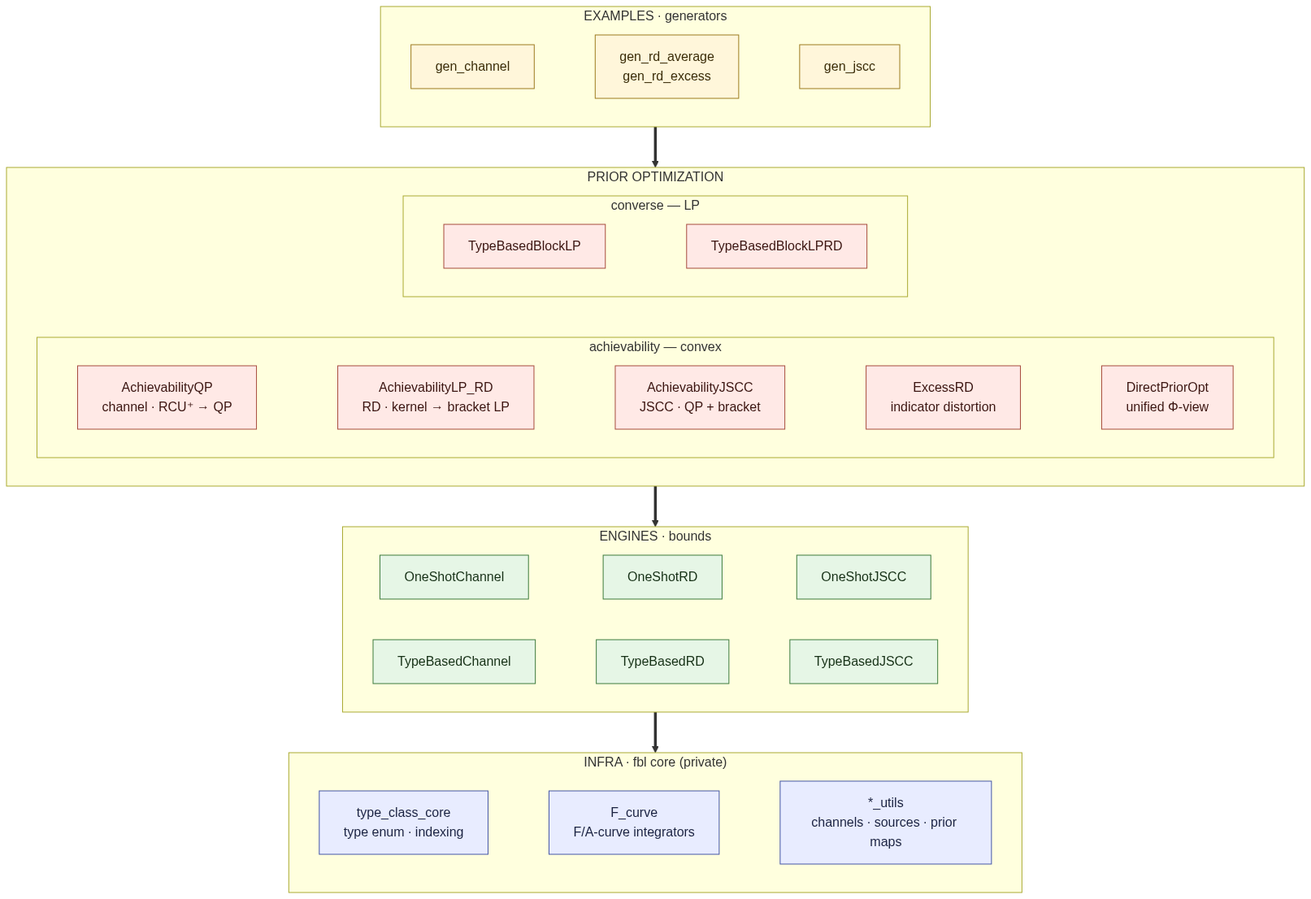
nire123/one_shot_IT keeps this Mermaid diagram as docs/architecture.png. Above is the earlier version. Its source is kept beside it as docs/architecture.mmd. Source of this version:
```mermaid
flowchart TB
  classDef infra  fill:#e8ecff,stroke:#4456a6,color:#1a2240;
  classDef engine fill:#e6f6e6,stroke:#3c7a3c,color:#163016;
  classDef prior  fill:#ffe9e6,stroke:#a64a3c,color:#3a1410;
  classDef ex     fill:#fff6da,stroke:#9c7a1e,color:#3a2c08;

  subgraph EX["EXAMPLES · generators"]
    direction LR
    gch["gen_channel"]:::ex
    grd["gen_rd_average<br/>gen_rd_excess"]:::ex
    gjs["gen_jscc"]:::ex
    gch ~~~ grd ~~~ gjs
  end

  subgraph PO["PRIOR OPTIMIZATION"]
    subgraph ACH["achievability — convex"]
      direction LR
      QP["AchievabilityQP<br/>channel · RCU⁺ → QP"]:::prior
      LPRD["AchievabilityLP_RD<br/>RD · kernel → bracket LP"]:::prior
      JS["AchievabilityJSCC<br/>JSCC · QP + bracket"]:::prior
      EXC["ExcessRD<br/>indicator distortion"]:::prior
      DIR["DirectPriorOpt<br/>unified Φ-view"]:::prior
      QP ~~~ LPRD ~~~ JS ~~~ EXC ~~~ DIR
    end
    subgraph CONV["converse — LP"]
      direction LR
      TBLP["TypeBasedBlockLP"]:::prior
      TBLPRD["TypeBasedBlockLPRD"]:::prior
      TBLP ~~~ TBLPRD
    end
  end

  subgraph ENG["ENGINES · bounds"]
    direction LR
    OSC["OneShotChannel"]:::engine
    OSR["OneShotRD"]:::engine
    OSJ["OneShotJSCC"]:::engine
    TBC["TypeBasedChannel"]:::engine
    TBR["TypeBasedRD"]:::engine
    TBJ["TypeBasedJSCC"]:::engine
    OSC ~~~ OSR ~~~ OSJ
    TBC ~~~ TBR ~~~ TBJ
  end

  subgraph INF["INFRA · fbl core (private)"]
    direction LR
    TCC["type_class_core<br/>type enum · indexing"]:::infra
    FC["F_curve<br/>F/A-curve integrators"]:::infra
    UT["*_utils<br/>channels · sources · prior maps"]:::infra
    TCC ~~~ FC ~~~ UT
  end

  EX ==> PO
  PO ==> ENG
  ENG ==> INF
```
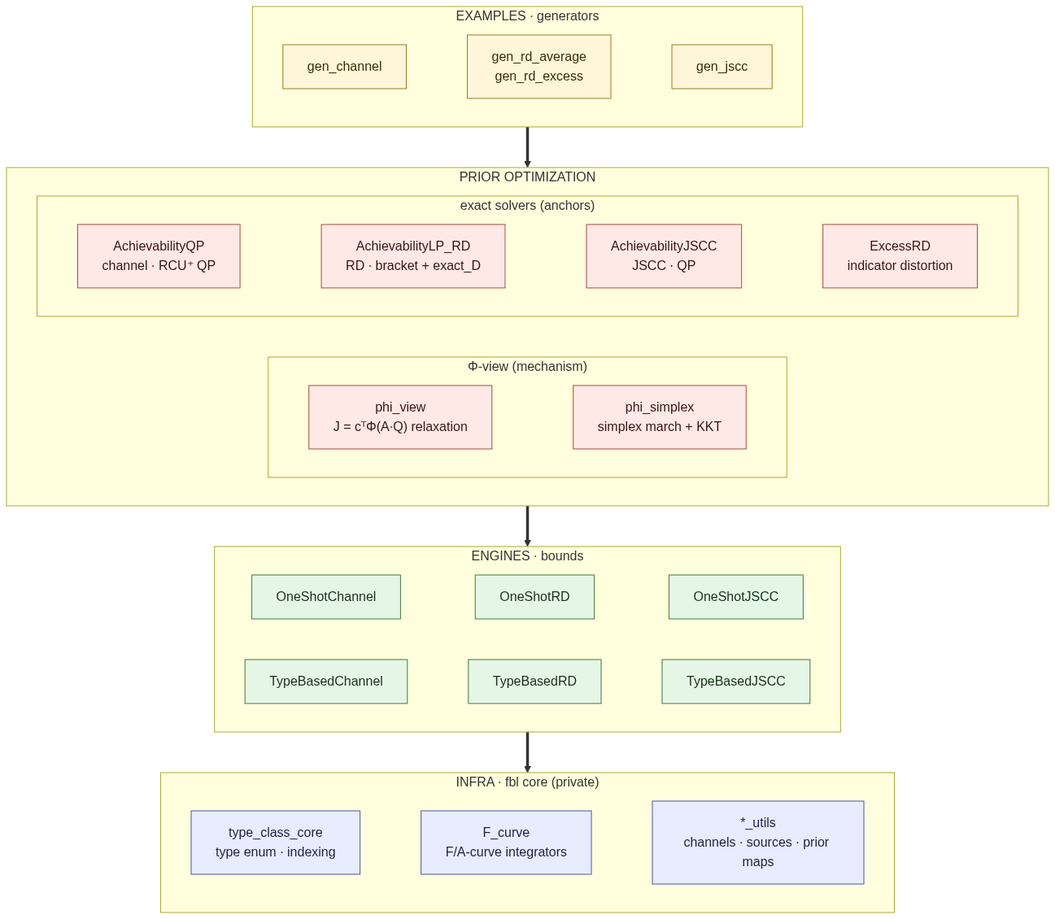
The same diagram one commit later.

Commit message:
docs: sync all docs to the Phi-view mechanism + JSCC; add tests/README.md

What changed in the source:
```diff
@@ -13,20 +13,19 @@
   end
 
   subgraph PO["PRIOR OPTIMIZATION"]
-    subgraph ACH["achievability — convex"]
+    subgraph CORE["Φ-view (mechanism)"]
       direction LR
-      QP["AchievabilityQP<br/>channel · RCU⁺ → QP"]:::prior
-      LPRD["AchievabilityLP_RD<br/>RD · kernel → bracket LP"]:::prior
-      JS["AchievabilityJSCC<br/>JSCC · QP + bracket"]:::prior
+      PV["phi_view<br/>J = cᵀΦ(A·Q) relaxation"]:::prior
+      PS["phi_simplex<br/>simplex march + KKT"]:::prior
+      PV ~~~ PS
+    end
+    subgraph ANCH["exact solvers (anchors)"]
+      direction LR
+      QP["AchievabilityQP<br/>channel · RCU⁺ QP"]:::prior
+      LPRD["AchievabilityLP_RD<br/>RD · bracket + exact_D"]:::prior
+      JS["AchievabilityJSCC<br/>JSCC · QP"]:::prior
       EXC["ExcessRD<br/>indicator distortion"]:::prior
-      DIR["DirectPriorOpt<br/>unified Φ-view"]:::prior
-      QP ~~~ LPRD ~~~ JS ~~~ EXC ~~~ DIR
-    end
-    subgraph CONV["converse — LP"]
-      direction LR
-      TBLP["TypeBasedBlockLP"]:::prior
-      TBLPRD["TypeBasedBlockLPRD"]:::prior
-      TBLP ~~~ TBLPRD
+      QP ~~~ LPRD ~~~ JS ~~~ EXC
     end
   end
 
```
